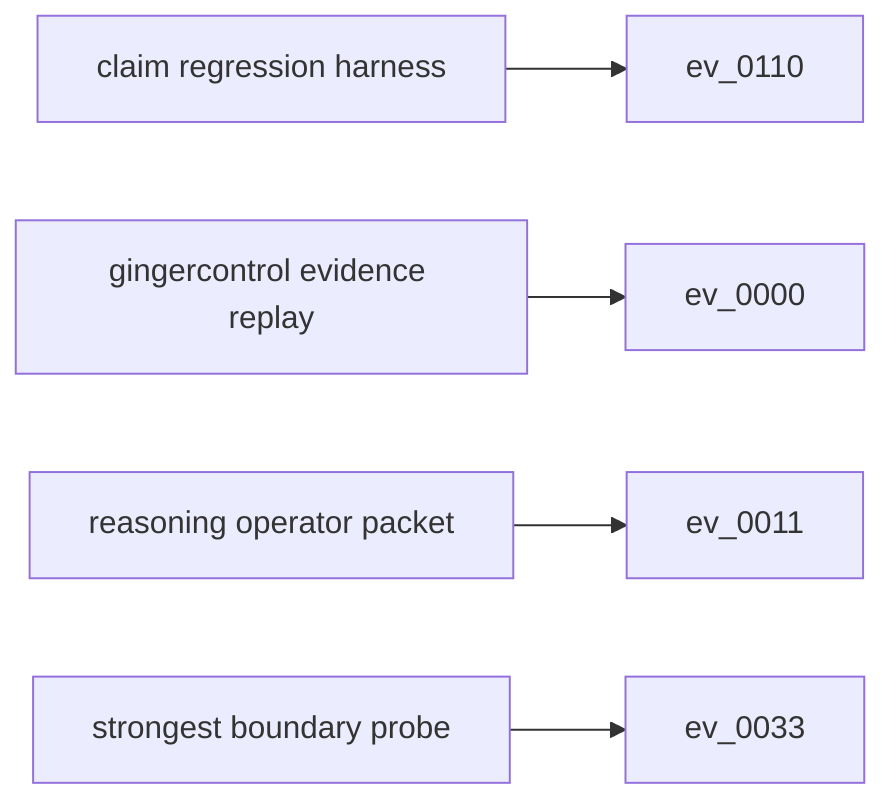
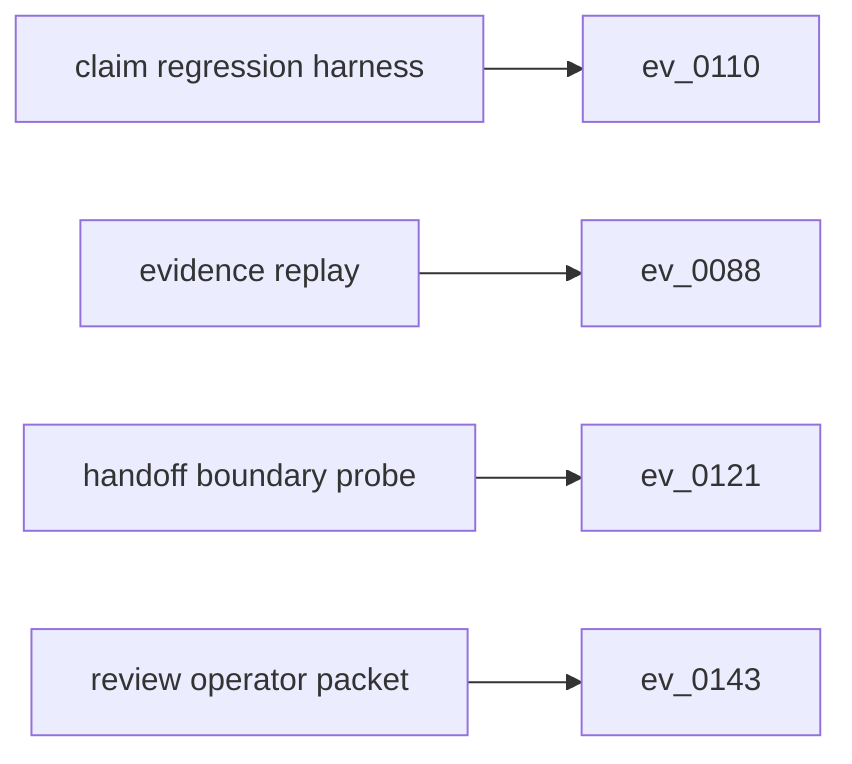
flowchart LR
  s0["claim regression harness"]
  e0["ev_0110"]
  s0 --> e0
-   s1["gingercontrol evidence replay"]
-   e1["ev_0000"]
+   s1["evidence replay"]
+   e1["ev_0088"]
  s1 --> e1
-   s2["reasoning operator packet"]
-   e2["ev_0011"]
+   s2["handoff boundary probe"]
+   e2["ev_0121"]
  s2 --> e2
-   s3["strongest boundary probe"]
-   e3["ev_0033"]
+   s3["review operator packet"]
+   e3["ev_0143"]
  s3 --> e3
